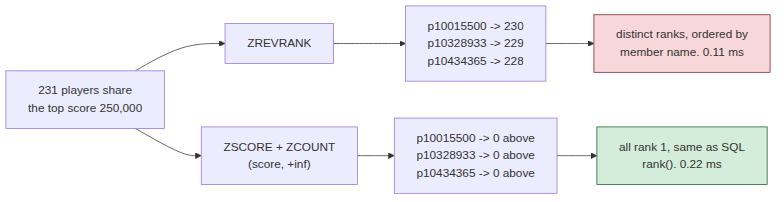
The Mermaid diagram markdown/system-design-interview/assets/006/02-ties.png in haraGADygyl/medium-python-articles, before a commit. Its source is kept beside it as markdown/system-design-interview/assets/006/02-ties.mmd.
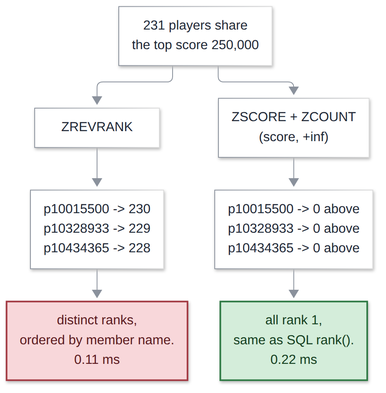
The same diagram one commit later.

Diff of the diagram source:
```diff
@@ -1,9 +1,11 @@
-flowchart LR
+flowchart TB
     S["231 players share<br/>the top score 250,000"] --> Z["ZREVRANK"]
     S --> C["ZSCORE + ZCOUNT<br/>(score, +inf)"]
     Z --> Z1["p10015500 -> 230<br/>p10328933 -> 229<br/>p10434365 -> 228"]
-    Z1 --> Z2["distinct ranks, ordered by<br/>member name. 0.11 ms"]
+    Z1 --> Z2["distinct ranks,<br/>ordered by member name.<br/>0.11 ms"]
     C --> C1["p10015500 -> 0 above<br/>p10328933 -> 0 above<br/>p10434365 -> 0 above"]
-    C1 --> C2["all rank 1, same as SQL<br/>rank(). 0.22 ms"]
-    style Z2 fill:#f8d7da,stroke:#721c24
-    style C2 fill:#d4edda,stroke:#155724
+    C1 --> C2["all rank 1,<br/>same as SQL rank().<br/>0.22 ms"]
+    classDef ok fill:#d4edda,stroke:#2f7a45,stroke-width:2px,color:#14401f
+    classDef bad fill:#f8d7da,stroke:#a33a43,stroke-width:2px,color:#5c1a20
+    class C2 ok
+    class Z2 bad
```
